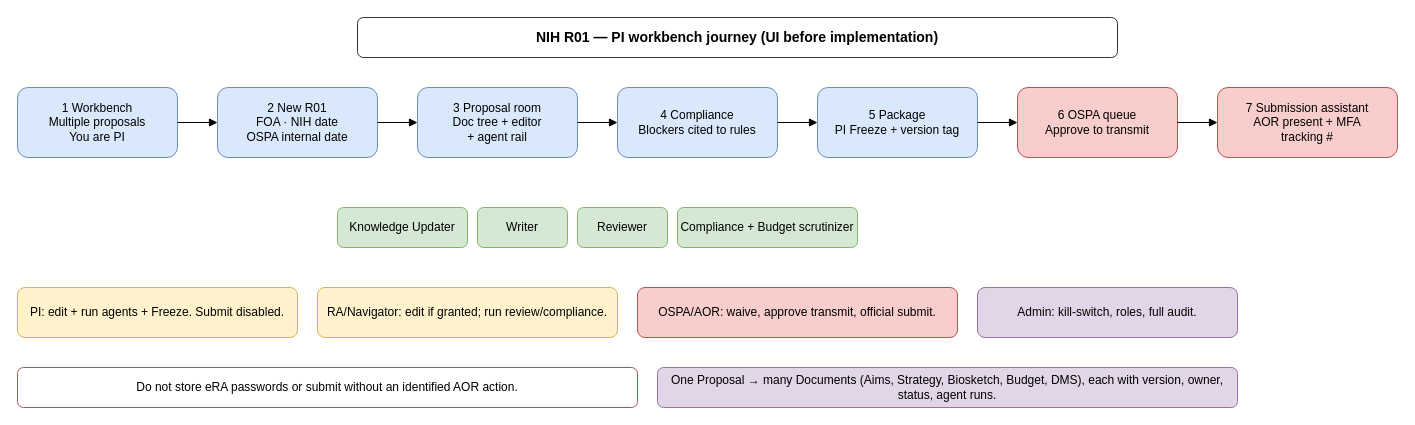
Before: docs/architecture-considerations/pi-r01-workflow-ui.drawio in YPCC/grant-agent-lab, a draw.io diagram. Source tidied: cells renumbered, new cells numbered last; positions are measured from the earlier drawing's top-left corner, leaving out a move shared by most shapes. Both pictures are drawn from the tidied source at 100%, with x=0, y=0 at pixel (17, 17).
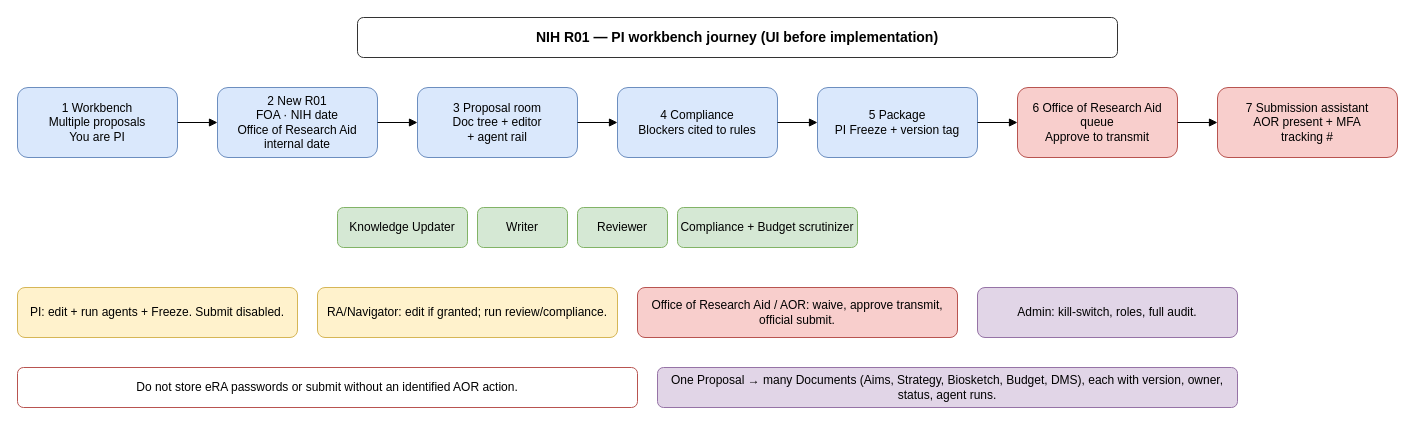
The same page after the edit.

The edit, as a diff of the source:
```diff
@@
-    <mxCell id="4" value="2 New R01&#10;FOA · NIH date&#10;OSPA internal date" style="rounded=1;whiteSpace=wrap;html=1;fillColor=#dae8fc;strokeColor=#6c8ebf;" parent="1" vertex="1">
+    <mxCell id="4" value="2 New R01&#10;FOA · NIH date&#10;Office of Research Aid internal date" style="rounded=1;whiteSpace=wrap;html=1;fillColor=#dae8fc;strokeColor=#6c8ebf;" parent="1" vertex="1">
       <mxGeometry x="200" y="70" width="160" height="70" as="geometry" />
     </mxCell>
@@
-    <mxCell id="8" value="6 OSPA queue&#10;Approve to transmit" style="rounded=1;whiteSpace=wrap;html=1;fillColor=#f8cecc;strokeColor=#b85450;" parent="1" vertex="1">
+    <mxCell id="8" value="6 Office of Research Aid queue&#10;Approve to transmit" style="rounded=1;whiteSpace=wrap;html=1;fillColor=#f8cecc;strokeColor=#b85450;" parent="1" vertex="1">
       <mxGeometry x="1000" y="70" width="160" height="70" as="geometry" />
     </mxCell>
@@
-    <mxCell id="22" value="OSPA/AOR: waive, approve transmit, official submit." style="rounded=1;whiteSpace=wrap;html=1;fillColor=#f8cecc;strokeColor=#b85450;" parent="1" vertex="1">
+    <mxCell id="22" value="Office of Research Aid / AOR: waive, approve transmit, official submit." style="rounded=1;whiteSpace=wrap;html=1;fillColor=#f8cecc;strokeColor=#b85450;" parent="1" vertex="1">
       <mxGeometry x="620" y="270" width="320" height="50" as="geometry" />
     </mxCell>
```
